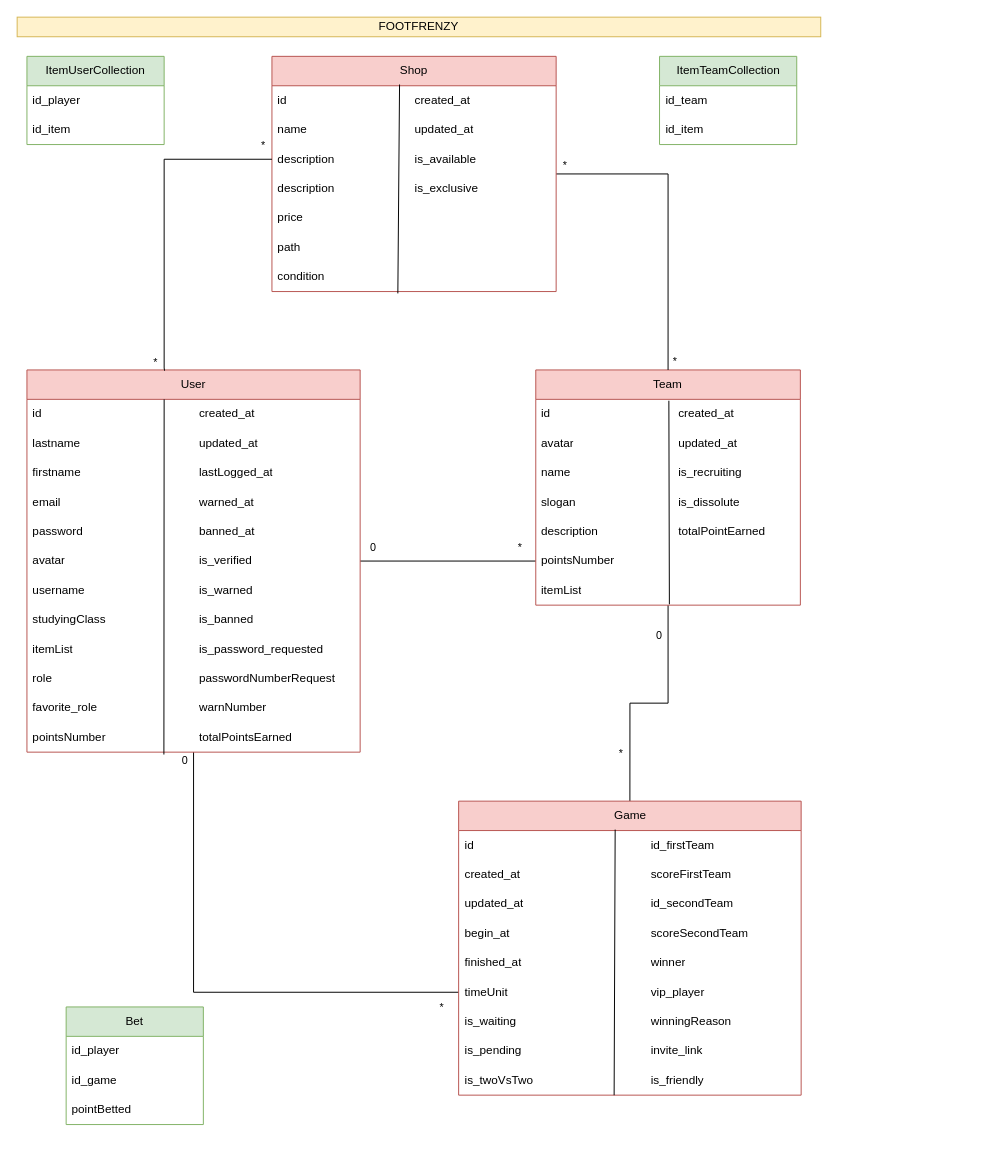
Before: uml/footFrenzy.drawio in EauTarie/Symfony-footfrenzy-test, a draw.io diagram. Source tidied: cells renumbered, new cells numbered last; positions are measured from the earlier drawing's top-left corner, leaving out a move shared by most shapes. Both pictures are drawn from the tidied source at 98%, with x=0, y=0 at pixel (17, 17).
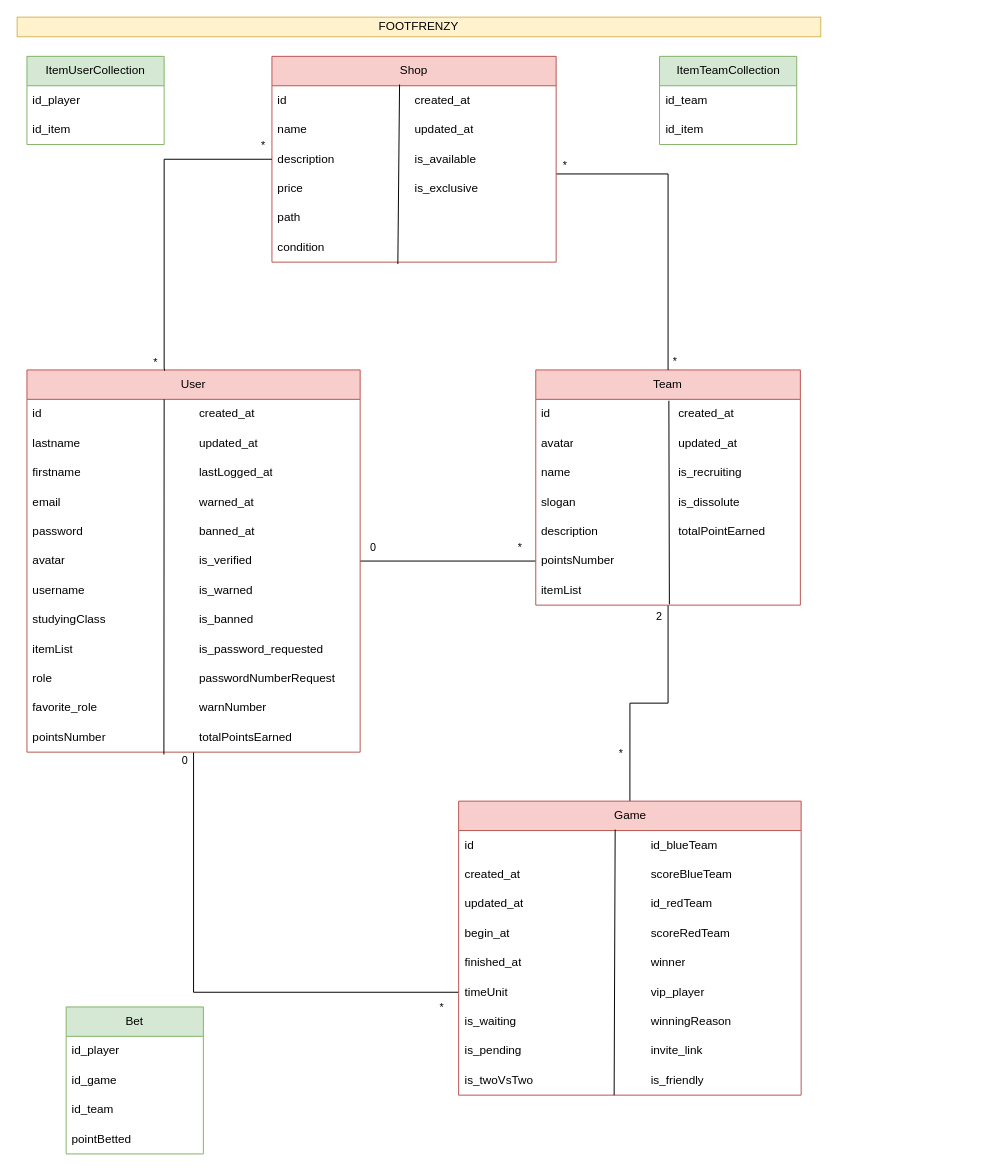
The same page after the edit.

Unchanged cells that the change refers to:
```xml
<mxCell id="33" style="edgeStyle=orthogonalEdgeStyle;rounded=0;jettySize=auto;html=1;entryX=0.5;entryY=0;entryDx=0;entryDy=0;endArrow=none;endFill=0;" parent="1" edge="1" source="36" target="45">
  <mxGeometry relative="1" as="geometry" />
</mxCell>
```

Change to the diagram source:
```diff
@@
-    <mxCell id="34" value="0" style="edgeLabel;html=1;align=center;verticalAlign=middle;" parent="33" vertex="1">
+    <mxCell id="34" value="2" style="edgeLabel;html=1;align=center;verticalAlign=middle;" parent="33" vertex="1">
       <mxGeometry x="-0.75" y="-4" relative="1" as="geometry">
-        <mxPoint x="-6" as="offset" />
+        <mxPoint x="-6" y="-19" as="offset" />
       </mxGeometry>
     </mxCell>
@@
     <mxCell id="56" value="Bet" style="swimlane;fontStyle=0;horizontal=1;startSize=30;whiteSpace=wrap;html=1;fillColor=#d5e8d4;strokeColor=#82b366;" parent="1" vertex="1">
-      <mxGeometry x="50" y="1010" width="140" height="120" as="geometry" />
+      <mxGeometry x="50" y="1010" width="140" height="150" as="geometry" />
     </mxCell>
@@
+    <mxCell id="101" value="id_team" style="text;strokeColor=none;fillColor=none;align=left;verticalAlign=middle;spacingLeft=4;spacingRight=4;overflow=hidden;whiteSpace=wrap;html=1;" parent="56" vertex="1">
+      <mxGeometry y="90" width="140" height="30" as="geometry" />
+    </mxCell>
     <mxCell id="59" value="pointBetted" style="text;strokeColor=none;fillColor=none;align=left;verticalAlign=middle;spacingLeft=4;spacingRight=4;overflow=hidden;whiteSpace=wrap;html=1;" parent="56" vertex="1">
-      <mxGeometry y="90" width="140" height="30" as="geometry" />
+      <mxGeometry y="120" width="140" height="30" as="geometry" />
     </mxCell>
@@
-    <mxCell id="67" value="scoreSecondTeam" style="text;strokeColor=none;fillColor=none;align=left;verticalAlign=middle;spacingLeft=4;spacingRight=4;overflow=hidden;whiteSpace=wrap;html=1;" parent="1" vertex="1">
+    <mxCell id="67" value="scoreRedTeam" style="text;strokeColor=none;fillColor=none;align=left;verticalAlign=middle;spacingLeft=4;spacingRight=4;overflow=hidden;whiteSpace=wrap;html=1;" parent="1" vertex="1">
       <mxGeometry x="640.5" y="920" width="140" height="30" as="geometry" />
     </mxCell>
-    <mxCell id="68" value="id_secondTeam" style="text;strokeColor=none;fillColor=none;align=left;verticalAlign=middle;spacingLeft=4;spacingRight=4;overflow=hidden;whiteSpace=wrap;html=1;" parent="1" vertex="1">
+    <mxCell id="68" value="id_redTeam" style="text;strokeColor=none;fillColor=none;align=left;verticalAlign=middle;spacingLeft=4;spacingRight=4;overflow=hidden;whiteSpace=wrap;html=1;" parent="1" vertex="1">
       <mxGeometry x="640.5" y="890" width="140" height="30" as="geometry" />
     </mxCell>
-    <mxCell id="69" value="scoreFirstTeam" style="text;strokeColor=none;fillColor=none;align=left;verticalAlign=middle;spacingLeft=4;spacingRight=4;overflow=hidden;whiteSpace=wrap;html=1;" parent="1" vertex="1">
+    <mxCell id="69" value="scoreBlueTeam" style="text;strokeColor=none;fillColor=none;align=left;verticalAlign=middle;spacingLeft=4;spacingRight=4;overflow=hidden;whiteSpace=wrap;html=1;" parent="1" vertex="1">
       <mxGeometry x="640.5" y="860" width="140" height="30" as="geometry" />
     </mxCell>
-    <mxCell id="70" value="id_firstTeam" style="text;strokeColor=none;fillColor=none;align=left;verticalAlign=middle;spacingLeft=4;spacingRight=4;overflow=hidden;whiteSpace=wrap;html=1;" parent="1" vertex="1">
+    <mxCell id="70" value="id_blueTeam" style="text;strokeColor=none;fillColor=none;align=left;verticalAlign=middle;spacingLeft=4;spacingRight=4;overflow=hidden;whiteSpace=wrap;html=1;" parent="1" vertex="1">
       <mxGeometry x="640.5" y="830" width="140" height="30" as="geometry" />
     </mxCell>
@@
     <mxCell id="74" value="Shop" style="swimlane;fontStyle=0;horizontal=1;startSize=30;whiteSpace=wrap;html=1;fillColor=#f8cecc;strokeColor=#b85450;" parent="1" vertex="1">
-      <mxGeometry x="260" y="40" width="290" height="240" as="geometry" />
+      <mxGeometry x="260" y="40" width="290" height="210" as="geometry" />
     </mxCell>
@@
-    <mxCell id="78" value="description" style="text;strokeColor=none;fillColor=none;align=left;verticalAlign=middle;spacingLeft=4;spacingRight=4;overflow=hidden;whiteSpace=wrap;html=1;" parent="74" vertex="1">
-      <mxGeometry y="120" width="290" height="30" as="geometry" />
-    </mxCell>
     <mxCell id="79" value="price" style="text;strokeColor=none;fillColor=none;align=left;verticalAlign=middle;spacingLeft=4;spacingRight=4;overflow=hidden;whiteSpace=wrap;html=1;" parent="74" vertex="1">
-      <mxGeometry y="150" width="290" height="30" as="geometry" />
+      <mxGeometry y="120" width="290" height="30" as="geometry" />
     </mxCell>
     <mxCell id="80" value="path" style="text;strokeColor=none;fillColor=none;align=left;verticalAlign=middle;spacingLeft=4;spacingRight=4;overflow=hidden;whiteSpace=wrap;html=1;" parent="74" vertex="1">
-      <mxGeometry y="180" width="290" height="30" as="geometry" />
+      <mxGeometry y="150" width="290" height="30" as="geometry" />
     </mxCell>
     <mxCell id="81" value="condition" style="text;strokeColor=none;fillColor=none;align=left;verticalAlign=middle;spacingLeft=4;spacingRight=4;overflow=hidden;points=[[0,0.5],[1,0.5]];portConstraint=eastwest;whiteSpace=wrap;html=1;" parent="74" vertex="1">
-      <mxGeometry y="210" width="290" height="30" as="geometry" />
+      <mxGeometry y="180" width="290" height="30" as="geometry" />
     </mxCell>
```
